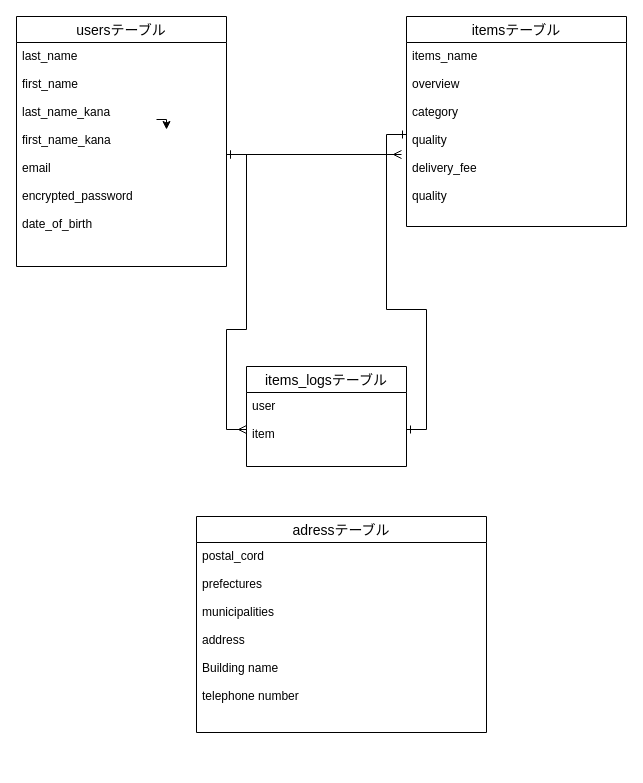
Earlier version of the draw.io diagram furima-36595.dio (ohgihara/furima-36595). Source tidied: cells renumbered, new cells numbered last; positions are measured from the earlier drawing's top-left corner, leaving out a move shared by most shapes. Both pictures are drawn from the tidied source at 100%, with x=0, y=0 at pixel (16, 16).
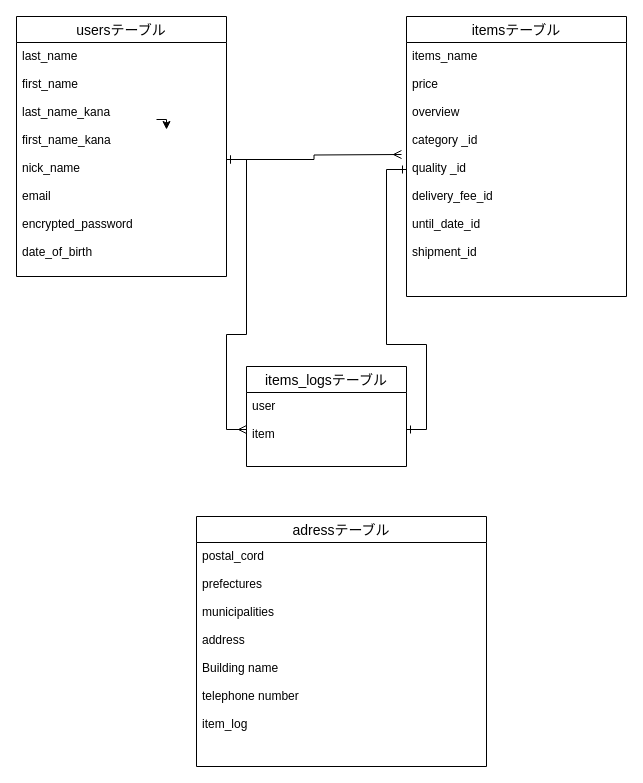
Above is the later version.

Commit message (it also covers changes not shown here):
WR図・READ.MEの修正(2回目)

The edit, as a diff of the source:
```diff
@@
 <mxGraphModel>
   <root>
     <mxCell id="0" />
     <mxCell id="1" parent="0" />
     <mxCell id="2" value="items_logsテーブル" style="swimlane;fontStyle=0;horizontal=1;startSize=26;align=center;fontSize=14;" parent="1" vertex="1">
       <mxGeometry x="230" y="350" width="160" height="100" as="geometry" />
     </mxCell>
     <mxCell id="3" value="user &#10;&#10;item" style="text;strokeColor=none;fillColor=none;spacingLeft=4;spacingRight=4;overflow=hidden;points=[[0,0.5],[1,0.5]];portConstraint=eastwest;fontSize=12;" parent="2" vertex="1">
       <mxGeometry y="26" width="160" height="74" as="geometry" />
     </mxCell>
     <mxCell id="4" value="adressテーブル" style="swimlane;fontStyle=0;horizontal=1;startSize=26;align=center;fontSize=14;" parent="1" vertex="1">
-      <mxGeometry x="180" y="500" width="290" height="216" as="geometry" />
+      <mxGeometry x="180" y="500" width="290" height="250" as="geometry" />
     </mxCell>
-    <mxCell id="5" value="postal_cord &#10;&#10;prefectures&#10;&#10;municipalities &#10;&#10;address &#10;&#10;Building name &#10;&#10;telephone number " style="text;strokeColor=none;fillColor=none;spacingLeft=4;spacingRight=4;overflow=hidden;fontSize=12;" parent="4" vertex="1">
-      <mxGeometry y="26" width="290" height="190" as="geometry" />
+    <mxCell id="5" value="postal_cord &#10;&#10;prefectures&#10;&#10;municipalities &#10;&#10;address &#10;&#10;Building name &#10;&#10;telephone number&#10;&#10;item_log " style="text;strokeColor=none;fillColor=none;spacingLeft=4;spacingRight=4;overflow=hidden;fontSize=12;" parent="4" vertex="1">
+      <mxGeometry y="26" width="290" height="224" as="geometry" />
     </mxCell>
     <mxCell id="6" style="edgeStyle=orthogonalEdgeStyle;rounded=0;orthogonalLoop=1;jettySize=auto;html=1;" parent="1" edge="1">
       <mxGeometry relative="1" as="geometry">
         <mxPoint x="140" y="103" as="sourcePoint" />
         <mxPoint x="150" y="113" as="targetPoint" />
       </mxGeometry>
     </mxCell>
     <mxCell id="7" value="usersテーブル" style="swimlane;fontStyle=0;horizontal=1;startSize=26;align=center;fontSize=14;" parent="1" vertex="1">
-      <mxGeometry width="210" height="250" as="geometry" />
+      <mxGeometry width="210" height="260" as="geometry" />
     </mxCell>
-    <mxCell id="8" value="last_name &#10;&#10;first_name &#10;&#10;last_name_kana &#10;&#10;first_name_kana &#10;&#10;email &#10;&#10;encrypted_password&#10; &#10;date_of_birth" style="text;strokeColor=none;fillColor=none;spacingLeft=4;spacingRight=4;overflow=hidden;points=[[0,0.5],[1,0.5]];portConstraint=eastwest;fontSize=12;" parent="7" vertex="1">
-      <mxGeometry y="26" width="210" height="224" as="geometry" />
+    <mxCell id="8" value="last_name &#10;&#10;first_name &#10;&#10;last_name_kana &#10;&#10;first_name_kana &#10;&#10;nick_name &#10;&#10;email &#10;&#10;encrypted_password&#10; &#10;date_of_birth" style="text;strokeColor=none;fillColor=none;spacingLeft=4;spacingRight=4;overflow=hidden;points=[[0,0.5],[1,0.5]];portConstraint=eastwest;fontSize=12;" parent="7" vertex="1">
+      <mxGeometry y="26" width="210" height="234" as="geometry" />
     </mxCell>
     <mxCell id="9" value="itemsテーブル" style="swimlane;fontStyle=0;horizontal=1;startSize=26;align=center;fontSize=14;" parent="1" vertex="1">
-      <mxGeometry x="390" width="220" height="210" as="geometry" />
+      <mxGeometry x="390" width="220" height="280" as="geometry" />
     </mxCell>
-    <mxCell id="10" value=" items_name&#10; &#10;overview&#10; &#10;category &#10;&#10;quality &#10;&#10;delivery_fee&#10;&#10;quality &#10;" style="text;strokeColor=none;fillColor=none;spacingLeft=4;spacingRight=4;overflow=hidden;points=[[0,0.5],[1,0.5]];portConstraint=eastwest;fontSize=12;" parent="9" vertex="1">
-      <mxGeometry y="26" width="220" height="184" as="geometry" />
+    <mxCell id="10" value=" items_name&#10;&#10;price&#10; &#10;overview&#10; &#10;category _id&#10;&#10;quality _id&#10;&#10;delivery_fee_id&#10;&#10;until_date_id&#10;&#10;shipment_id&#10;" style="text;strokeColor=none;fillColor=none;spacingLeft=4;spacingRight=4;overflow=hidden;points=[[0,0.5],[1,0.5]];portConstraint=eastwest;fontSize=12;" parent="9" vertex="1">
+      <mxGeometry y="26" width="220" height="254" as="geometry" />
     </mxCell>
     <mxCell id="11" style="edgeStyle=orthogonalEdgeStyle;rounded=0;jettySize=auto;html=1;startArrow=ERone;startFill=0;endArrow=ERmany;endFill=0;verticalAlign=bottom;" parent="1" edge="1" source="8">
       <mxGeometry relative="1" as="geometry">
         <mxPoint x="385" y="138" as="targetPoint" />
       </mxGeometry>
     </mxCell>
     <mxCell id="12" style="edgeStyle=orthogonalEdgeStyle;rounded=0;jettySize=auto;html=1;startArrow=ERone;startFill=0;endArrow=ERmany;endFill=0;verticalAlign=bottom;" parent="1" edge="1" source="8" target="3">
       <mxGeometry relative="1" as="geometry" />
     </mxCell>
     <mxCell id="13" style="edgeStyle=orthogonalEdgeStyle;rounded=0;jettySize=auto;html=1;startArrow=ERone;startFill=0;endArrow=ERone;endFill=0;verticalAlign=bottom;" parent="1" edge="1" source="10" target="3">
       <mxGeometry relative="1" as="geometry" />
     </mxCell>
   </root>
 </mxGraphModel>
```
